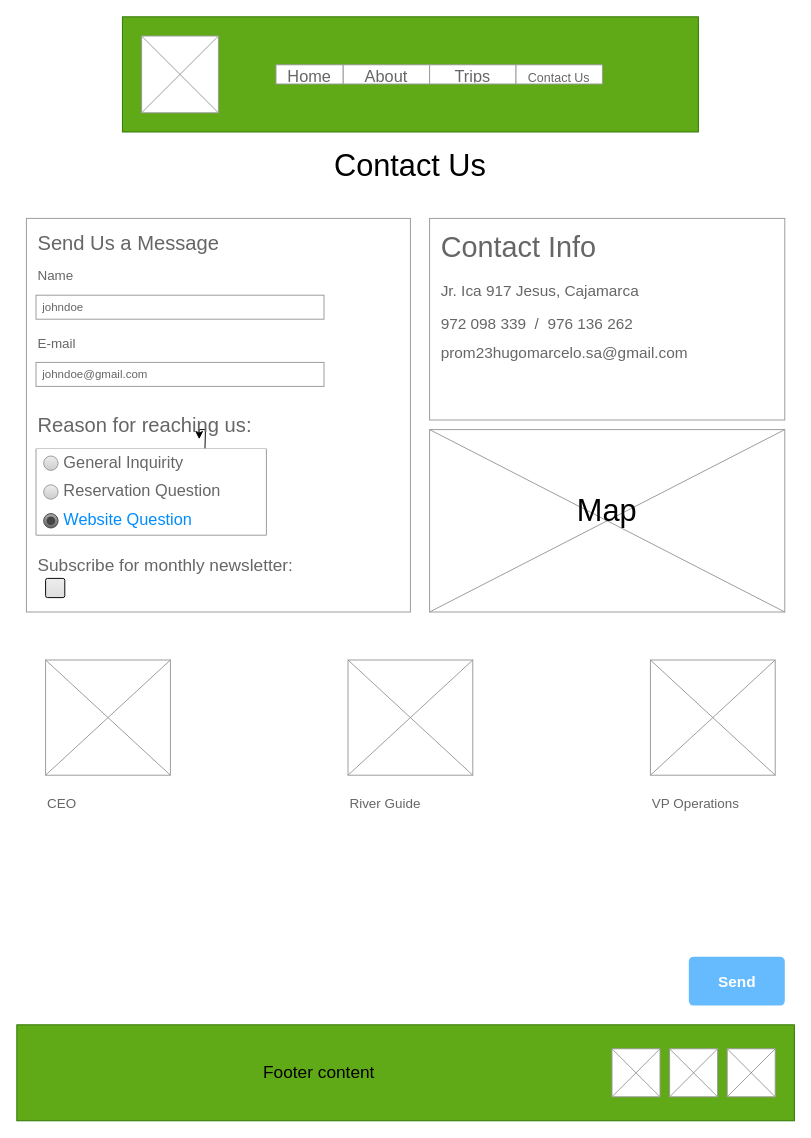
The draw.io diagram page "Contact Us" (1 of 2) of wireframes/contact-us.drawio in hugo-vasques/wdd130, before the edit. Source tidied: cells renumbered, new cells numbered last; positions are measured from the earlier drawing's top-left corner, leaving out a move shared by most shapes. Both pictures are drawn from the tidied source at 96%, with x=0, y=0 at pixel (16, 16).
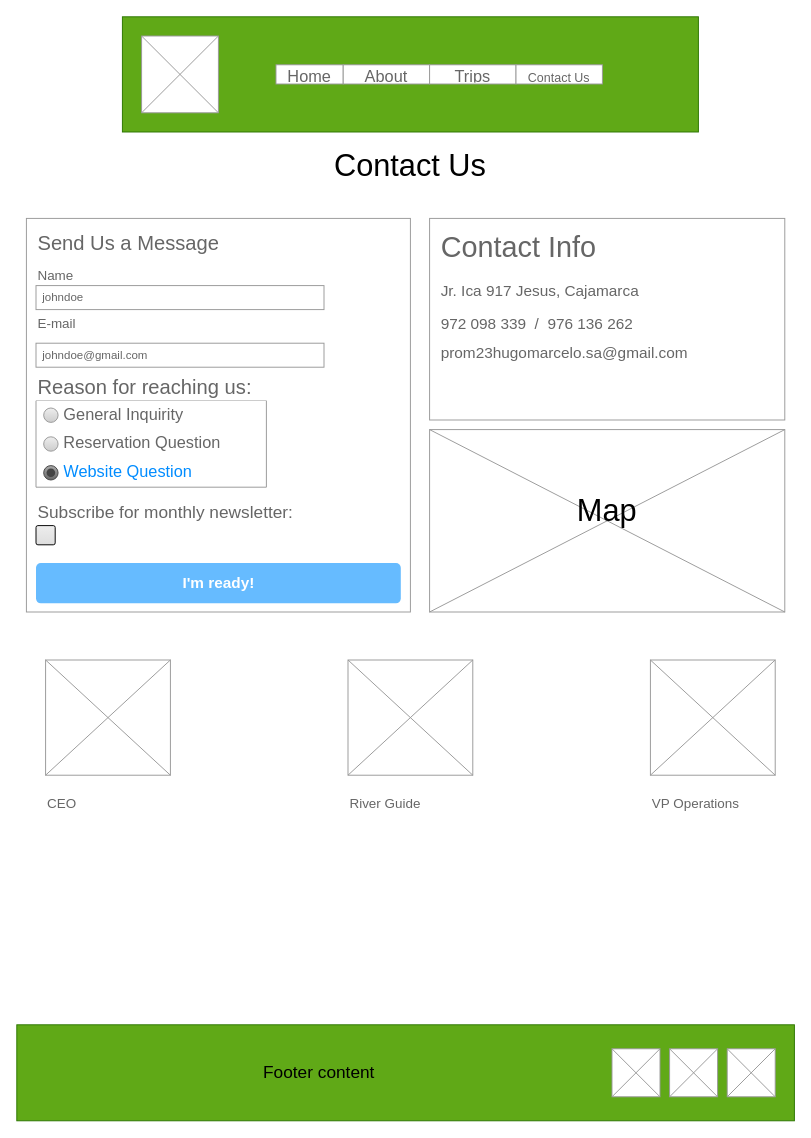
The same page after the edit.

Commit message (it also covers changes not shown here):
corrected the fonts error

Unchanged cells that the change refers to:
```xml
<mxCell id="14" style="strokeWidth=1;shadow=0;dashed=0;align=center;html=1;shape=mxgraph.mockup.forms.rrect;rSize=0;strokeColor=#999999;fillColor=#ffffff;" parent="1" vertex="1">
  <mxGeometry x="10" y="210" width="400" height="410" as="geometry" />
</mxCell>
```

Change to the diagram source:
```diff
@@
     <mxCell id="17" value="johndoe" style="strokeWidth=1;shadow=0;dashed=0;align=center;html=1;shape=mxgraph.mockup.forms.rrect;rSize=0;strokeColor=#999999;fontColor=#666666;align=left;spacingLeft=5;" parent="14" vertex="1">
       <mxGeometry width="300" height="25" relative="1" as="geometry">
-        <mxPoint x="10" y="80" as="offset" />
+        <mxPoint x="10" y="70" as="offset" />
       </mxGeometry>
     </mxCell>
     <mxCell id="18" value="E-mail" style="strokeWidth=1;shadow=0;dashed=0;align=center;html=1;shape=mxgraph.mockup.forms.anchor;fontSize=14;fontColor=#666666;align=left;spacingLeft=0;" parent="14" vertex="1">
       <mxGeometry width="200" height="20" relative="1" as="geometry">
-        <mxPoint x="10" y="120" as="offset" />
+        <mxPoint x="10" y="100" as="offset" />
       </mxGeometry>
     </mxCell>
     <mxCell id="19" value="johndoe@gmail.com" style="strokeWidth=1;shadow=0;dashed=0;align=center;html=1;shape=mxgraph.mockup.forms.rrect;rSize=0;strokeColor=#999999;fontColor=#666666;align=left;spacingLeft=5;" parent="14" vertex="1">
       <mxGeometry width="300" height="25" relative="1" as="geometry">
-        <mxPoint x="10" y="150" as="offset" />
+        <mxPoint x="10" y="130" as="offset" />
       </mxGeometry>
     </mxCell>
-    <mxCell id="20" value="Send" style="strokeWidth=1;shadow=0;dashed=0;align=center;html=1;shape=mxgraph.mockup.forms.rrect;rSize=5;strokeColor=none;fontColor=#ffffff;fillColor=#66bbff;fontSize=16;fontStyle=1;" parent="14" vertex="1">
-      <mxGeometry y="1" width="100" height="51" relative="1" as="geometry">
-        <mxPoint x="690" y="359" as="offset" />
+    <mxCell id="20" value="I'm ready!" style="strokeWidth=1;shadow=0;dashed=0;align=center;html=1;shape=mxgraph.mockup.forms.rrect;rSize=5;strokeColor=none;fontColor=#ffffff;fillColor=#66bbff;fontSize=16;fontStyle=1;" parent="14" vertex="1">
+      <mxGeometry y="1" width="380" height="42" relative="1" as="geometry">
+        <mxPoint x="10" y="-51" as="offset" />
       </mxGeometry>
     </mxCell>
@@
     <mxCell id="22" value="Reason for reaching us:" style="strokeWidth=1;shadow=0;dashed=0;align=center;html=1;shape=mxgraph.mockup.forms.anchor;fontSize=21;fontColor=#666666;align=left;spacingLeft=0;" parent="14" vertex="1">
-      <mxGeometry x="10" y="200" width="340" height="30" as="geometry" />
+      <mxGeometry x="10" y="160" width="340" height="30" as="geometry" />
     </mxCell>
     <mxCell id="23" style="swimlane;strokeColor=#999999;swimlaneFillColor=#FFFFFF;fillColor=#ffffff;fontColor=#666666;fontStyle=0;horizontal=1;startSize=0;whiteSpace=wrap;html=1;" parent="14" vertex="1">
-      <mxGeometry x="10" y="240" width="240" height="90" as="geometry" />
+      <mxGeometry x="10" y="190" width="240" height="90" as="geometry" />
     </mxCell>
@@
     <mxCell id="31" value="&lt;font style=&quot;font-size: 18px;&quot;&gt;Subscribe for monthly newsletter:&lt;/font&gt;" style="strokeWidth=1;shadow=0;dashed=0;align=center;html=1;shape=mxgraph.mockup.forms.anchor;fontSize=21;fontColor=#666666;align=left;spacingLeft=0;" parent="14" vertex="1">
-      <mxGeometry x="10" y="345" width="340" height="30" as="geometry" />
+      <mxGeometry x="10" y="290" width="340" height="30" as="geometry" />
     </mxCell>
     <mxCell id="32" style="html=1;shadow=0;dashed=0;shape=mxgraph.bootstrap.checkbox2;labelPosition=right;verticalLabelPosition=middle;align=left;verticalAlign=middle;gradientColor=#DEDEDE;fillColor=#EDEDED;checked=0;spacing=5;checkedFill=#0085FC;checkedStroke=#ffffff;sketch=0;" parent="14" vertex="1">
-      <mxGeometry x="20" y="375" width="20" height="20" as="geometry" />
+      <mxGeometry x="10" y="320" width="20" height="20" as="geometry" />
     </mxCell>
```
